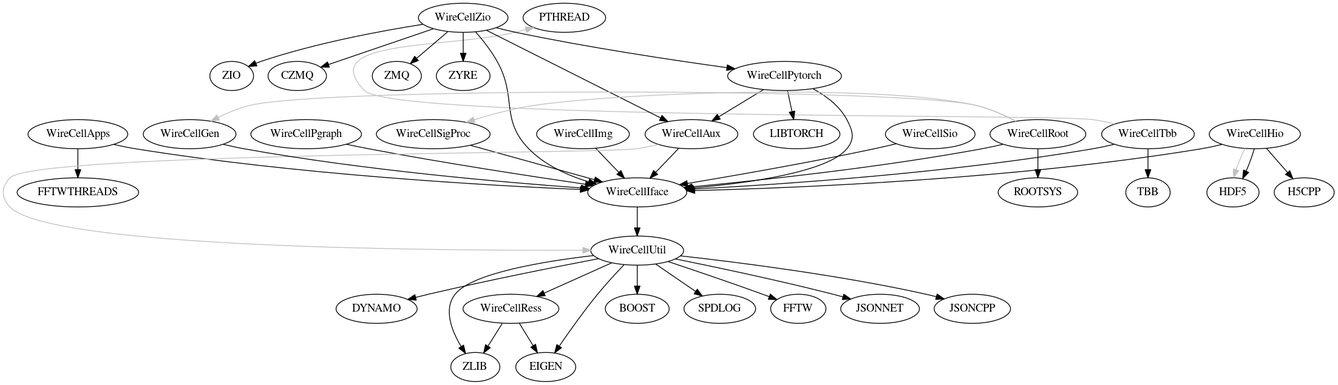
zhihuadong/wire-cell-toolkit keeps this Graphviz diagram as wct-deps.png. Above is the earlier version. Its source is kept beside it as wct-deps.dot.
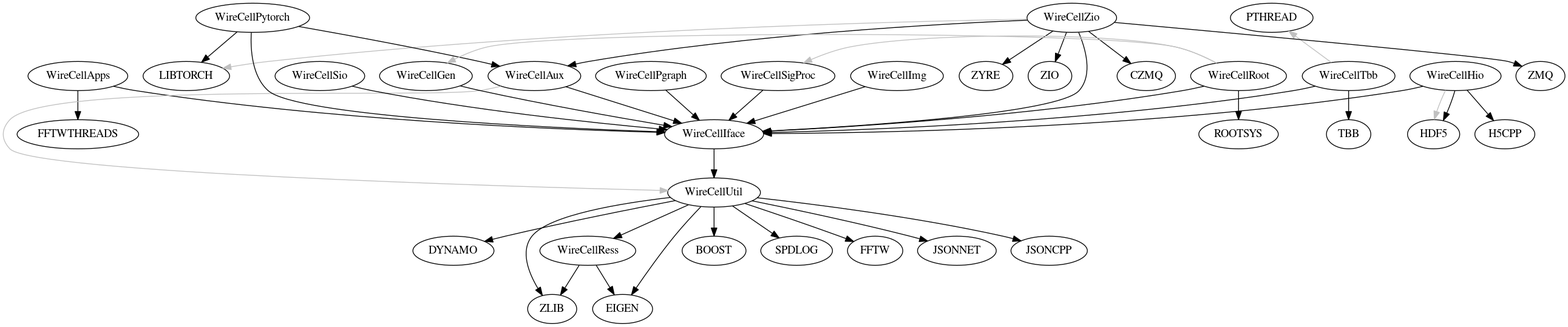
The same file after the commit.

Change to the diagram source:
```diff
@@ -15,6 +15,7 @@
 	"WireCellHio";
 	"WireCellUtil";
 	"WireCellApps" -> "FFTWTHREADS"[color="black"];
+	"WireCellZio" -> "LIBTORCH"[color="gray",constraint=false];
 	"WireCellRess" -> "ZLIB"[color="black"];
 	"WireCellUtil" -> "DYNAMO"[color="black"];
 	"WireCellAux" -> "WireCellIface"[color="black"];
@@ -26,7 +27,6 @@
 	"WireCellHio" -> "HDF5"[color="black"];
 	"WireCellAux" -> "WireCellUtil"[color="gray",constraint=false];
 	"WireCellZio" -> "WireCellIface"[color="black"];
-	"WireCellZio" -> "WireCellPytorch"[color="black"];
 	"WireCellSigProc" -> "WireCellIface"[color="black"];
 	"WireCellTbb" -> "WireCellIface"[color="black"];
 	"WireCellGen" -> "WireCellIface"[color="black"];
```
